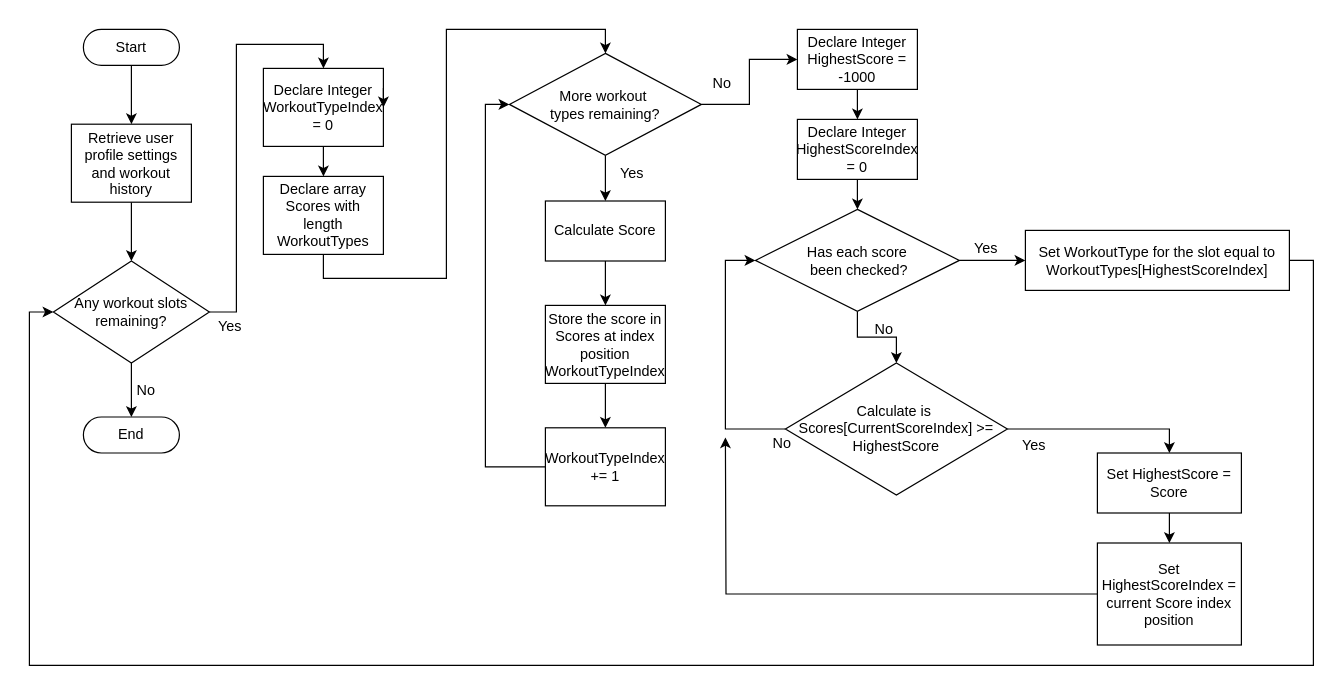
Before: WorkoutTypeMuscleSelectionFlowchart.drawio in chris-swchs/Chris_NEA_FitnessTracker, a draw.io diagram. Source tidied: cells renumbered, new cells numbered last; positions are measured from the earlier drawing's top-left corner, leaving out a move shared by most shapes. Both pictures are drawn from the tidied source at 120%, with x=0, y=0 at pixel (29, 29).
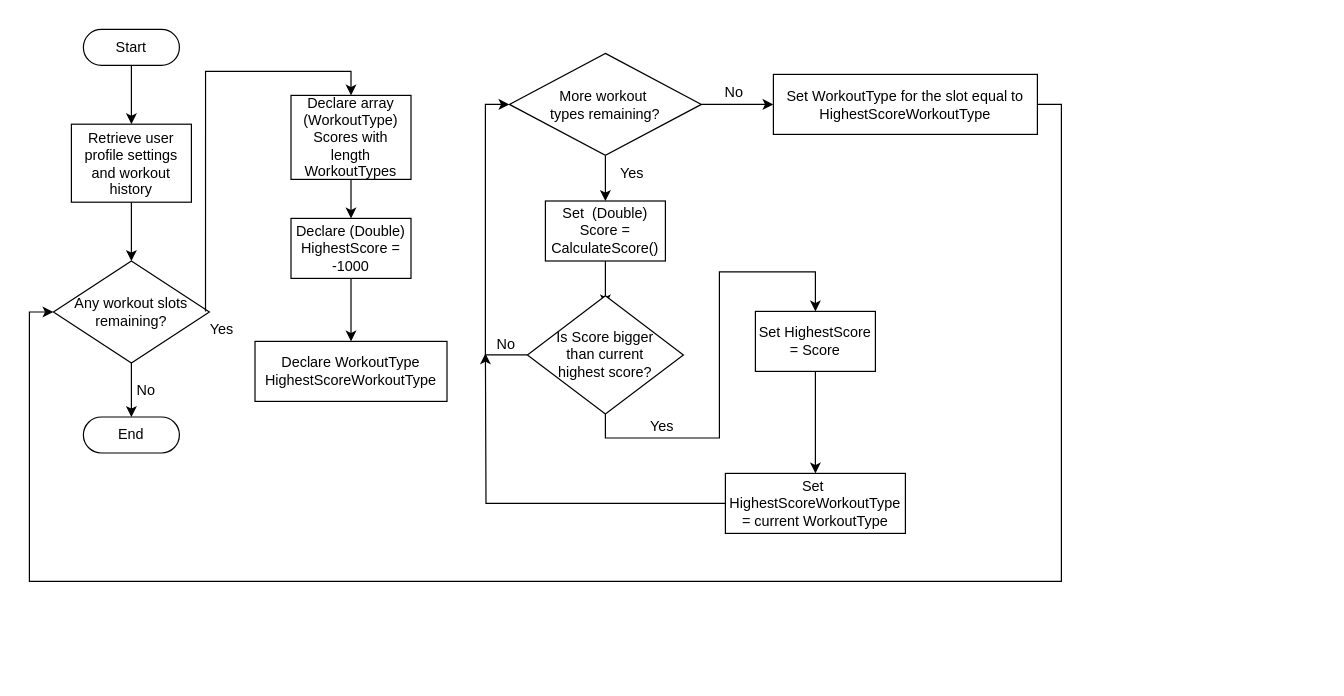
Above is the later version.

Unchanged cells that the change refers to:
```xml
<mxCell id="10" value="More&lt;span style=&quot;background-color: transparent; color: light-dark(rgb(0, 0, 0), rgb(255, 255, 255));&quot;&gt;&amp;nbsp;workout&amp;nbsp;&lt;/span&gt;&lt;div&gt;&lt;div&gt;types remaining?&lt;/div&gt;&lt;/div&gt;" style="shape=rhombus;html=1;dashed=0;whiteSpace=wrap;perimeter=rhombusPerimeter;" parent="1" vertex="1">
  <mxGeometry x="400" y="20" width="160" height="85" as="geometry" />
</mxCell>
<mxCell id="15" value="Any workout slots remaining?" style="shape=rhombus;html=1;dashed=0;whiteSpace=wrap;perimeter=rhombusPerimeter;" parent="1" vertex="1">
  <mxGeometry x="20" y="193" width="130" height="85" as="geometry" />
</mxCell>
```

Diff of the diagram source:
```diff
@@
-    <mxCell id="6" style="edgeStyle=orthogonalEdgeStyle;rounded=0;jettySize=auto;html=1;exitX=0.5;exitY=1;exitDx=0;exitDy=0;entryX=0.5;entryY=0;entryDx=0;entryDy=0;" parent="1" edge="1" source="7" target="10">
-      <mxGeometry relative="1" as="geometry" />
-    </mxCell>
+    <mxCell id="48" style="edgeStyle=orthogonalEdgeStyle;rounded=0;jettySize=auto;html=1;entryX=0.5;entryY=0;entryDx=0;entryDy=0;defaultLabelBackgroundColor=page;" parent="1" edge="1" source="7" target="52">
+      <mxGeometry relative="1" as="geometry" />
+    </mxCell>
-    <mxCell id="7" value="Declare array Scores with length WorkoutTypes" style="html=1;dashed=0;whiteSpace=wrap;" parent="1" vertex="1">
-      <mxGeometry x="195" y="122.5" width="100" height="65" as="geometry" />
+    <mxCell id="7" value="Declare array (WorkoutType) Scores with length WorkoutTypes" style="html=1;dashed=0;whiteSpace=wrap;" parent="1" vertex="1">
+      <mxGeometry x="218" y="55" width="100" height="70" as="geometry" />
     </mxCell>
@@
-    <mxCell id="9" style="edgeStyle=orthogonalEdgeStyle;rounded=0;jettySize=auto;html=1;exitX=1;exitY=0.5;exitDx=0;exitDy=0;entryX=0;entryY=0.5;entryDx=0;entryDy=0;" parent="1" edge="1" source="10" target="25">
-      <mxGeometry relative="1" as="geometry" />
-    </mxCell>
+    <mxCell id="49" style="edgeStyle=orthogonalEdgeStyle;rounded=0;jettySize=auto;html=1;entryX=0;entryY=0.5;entryDx=0;entryDy=0;defaultLabelBackgroundColor=page;" parent="1" edge="1" source="10" target="36">
+      <mxGeometry relative="1" as="geometry" />
+    </mxCell>
@@
-    <mxCell id="11" style="edgeStyle=orthogonalEdgeStyle;rounded=0;jettySize=auto;html=1;" parent="1" edge="1" source="12" target="23">
-      <mxGeometry relative="1" as="geometry" />
+    <mxCell id="11" style="edgeStyle=orthogonalEdgeStyle;rounded=0;jettySize=auto;html=1;" parent="1" edge="1" source="12">
+      <mxGeometry relative="1" as="geometry">
+        <mxPoint x="480" y="230" as="targetPoint" />
+      </mxGeometry>
     </mxCell>
-    <mxCell id="12" value="Calculate Score" style="html=1;dashed=0;whiteSpace=wrap;" parent="1" vertex="1">
+    <mxCell id="12" value="Set&amp;nbsp; (Double) Score = CalculateScore()" style="html=1;dashed=0;whiteSpace=wrap;" parent="1" vertex="1">
       <mxGeometry x="430" y="143" width="100" height="50" as="geometry" />
     </mxCell>
-    <mxCell id="13" style="edgeStyle=orthogonalEdgeStyle;rounded=0;jettySize=auto;html=1;exitX=1;exitY=0.5;exitDx=0;exitDy=0;entryX=0.5;entryY=0;entryDx=0;entryDy=0;" parent="1" edge="1" source="15" target="17">
-      <mxGeometry relative="1" as="geometry" />
-    </mxCell>
@@
-    <mxCell id="16" style="edgeStyle=orthogonalEdgeStyle;rounded=0;jettySize=auto;html=1;entryX=0.5;entryY=0;entryDx=0;entryDy=0;" parent="1" edge="1" source="17" target="7">
-      <mxGeometry relative="1" as="geometry" />
-    </mxCell>
-    <mxCell id="17" value="Declare Integer WorkoutTypeIndex = 0" style="html=1;dashed=0;whiteSpace=wrap;" parent="1" vertex="1">
-      <mxGeometry x="195" y="32.5" width="100" height="65" as="geometry" />
-    </mxCell>
-    <mxCell id="18" style="edgeStyle=orthogonalEdgeStyle;rounded=0;orthogonalLoop=1;jettySize=auto;html=1;innerLoopWaypoints=1;exitX=1;exitY=0.25;exitDx=0;exitDy=0;entryX=1;entryY=0.5;entryDx=0;entryDy=0;" parent="1" edge="1" source="17" target="17">
-      <mxGeometry relative="1" as="geometry" />
-    </mxCell>
-    <mxCell id="19" style="edgeStyle=orthogonalEdgeStyle;rounded=0;jettySize=auto;html=1;exitX=0.5;exitY=1;exitDx=0;exitDy=0;" parent="1" edge="1" source="21" target="30">
-      <mxGeometry relative="1" as="geometry" />
-    </mxCell>
-    <mxCell id="20" style="edgeStyle=orthogonalEdgeStyle;rounded=0;jettySize=auto;html=1;entryX=0;entryY=0.5;entryDx=0;entryDy=0;" parent="1" edge="1" source="21">
-      <mxGeometry relative="1" as="geometry">
-        <mxPoint x="830" y="192.5" as="targetPoint" />
-      </mxGeometry>
-    </mxCell>
-    <mxCell id="21" value="Has each score&lt;div&gt;&amp;nbsp;been checked?&lt;/div&gt;" style="shape=rhombus;html=1;dashed=0;whiteSpace=wrap;perimeter=rhombusPerimeter;" parent="1" vertex="1">
-      <mxGeometry x="605" y="150" width="170" height="85" as="geometry" />
-    </mxCell>
-    <mxCell id="22" style="edgeStyle=orthogonalEdgeStyle;rounded=0;jettySize=auto;html=1;entryX=0.5;entryY=0;entryDx=0;entryDy=0;" parent="1" edge="1" source="23" target="47">
-      <mxGeometry relative="1" as="geometry" />
-    </mxCell>
-    <mxCell id="23" value="Store the score in Scores at index position WorkoutTypeIndex" style="html=1;dashed=0;whiteSpace=wrap;" parent="1" vertex="1">
-      <mxGeometry x="430" y="230" width="100" height="65" as="geometry" />
-    </mxCell>
-    <mxCell id="24" style="edgeStyle=orthogonalEdgeStyle;rounded=0;jettySize=auto;html=1;" parent="1" edge="1" source="25" target="27">
-      <mxGeometry relative="1" as="geometry" />
-    </mxCell>
-    <mxCell id="25" value="Declare Integer HighestScore = -1000" style="html=1;dashed=0;whiteSpace=wrap;" parent="1" vertex="1">
-      <mxGeometry x="640" width="100" height="50" as="geometry" />
-    </mxCell>
-    <mxCell id="26" style="edgeStyle=orthogonalEdgeStyle;rounded=0;jettySize=auto;html=1;exitX=0.5;exitY=1;exitDx=0;exitDy=0;entryX=0.5;entryY=0;entryDx=0;entryDy=0;" parent="1" edge="1" source="27" target="21">
-      <mxGeometry relative="1" as="geometry" />
-    </mxCell>
-    <mxCell id="27" value="Declare Integer HighestScoreIndex = 0" style="html=1;dashed=0;whiteSpace=wrap;" parent="1" vertex="1">
-      <mxGeometry x="640" y="75" width="100" height="50" as="geometry" />
-    </mxCell>
-    <mxCell id="28" style="edgeStyle=orthogonalEdgeStyle;rounded=0;jettySize=auto;html=1;exitX=0;exitY=0.5;exitDx=0;exitDy=0;entryX=0;entryY=0.5;entryDx=0;entryDy=0;" parent="1" edge="1" source="30" target="21">
-      <mxGeometry relative="1" as="geometry">
-        <Array as="points">
-          <mxPoint x="580" y="332.5" />
-          <mxPoint x="580" y="192.5" />
-        </Array>
-      </mxGeometry>
-    </mxCell>
-    <mxCell id="29" style="edgeStyle=orthogonalEdgeStyle;rounded=0;jettySize=auto;html=1;exitX=1;exitY=0.5;exitDx=0;exitDy=0;entryX=0.5;entryY=0;entryDx=0;entryDy=0;" parent="1" edge="1" source="30" target="32">
-      <mxGeometry relative="1" as="geometry" />
-    </mxCell>
-    <mxCell id="30" value="Calculate is&amp;nbsp;&lt;div&gt;Scores[CurrentScoreIndex] &amp;gt;= HighestScore&lt;/div&gt;" style="shape=rhombus;html=1;dashed=0;whiteSpace=wrap;perimeter=rhombusPerimeter;" parent="1" vertex="1">
-      <mxGeometry x="630" y="278" width="185" height="110" as="geometry" />
-    </mxCell>
-    <mxCell id="31" style="edgeStyle=orthogonalEdgeStyle;rounded=0;jettySize=auto;html=1;" parent="1" edge="1" source="32" target="34">
-      <mxGeometry relative="1" as="geometry" />
-    </mxCell>
-    <mxCell id="32" value="Set HighestScore = Score" style="rounded=0;whiteSpace=wrap;html=1;" parent="1" vertex="1">
-      <mxGeometry x="890" y="353" width="120" height="50" as="geometry" />
-    </mxCell>
-    <mxCell id="33" style="edgeStyle=orthogonalEdgeStyle;rounded=0;jettySize=auto;html=1;exitX=0;exitY=0.5;exitDx=0;exitDy=0;" parent="1" edge="1" source="34">
-      <mxGeometry relative="1" as="geometry">
-        <mxPoint x="580" y="340" as="targetPoint" />
-      </mxGeometry>
-    </mxCell>
-    <mxCell id="34" value="Set HighestScoreIndex = current Score index position" style="rounded=0;whiteSpace=wrap;html=1;" parent="1" vertex="1">
-      <mxGeometry x="890" y="428" width="120" height="85" as="geometry" />
-    </mxCell>
-    <mxCell id="35" style="edgeStyle=orthogonalEdgeStyle;rounded=0;jettySize=auto;html=1;exitX=1;exitY=0.5;exitDx=0;exitDy=0;entryX=0;entryY=0.5;entryDx=0;entryDy=0;" parent="1" edge="1" source="36" target="15">
-      <mxGeometry x="0.07" relative="1" as="geometry">
+    <mxCell id="35" style="edgeStyle=orthogonalEdgeStyle;rounded=0;jettySize=auto;html=1;exitX=1;exitY=0.5;exitDx=0;exitDy=0;entryX=0;entryY=0.5;entryDx=0;entryDy=0;defaultLabelBackgroundColor=page;" parent="1" edge="1" source="36" target="15">
+      <mxGeometry relative="1" as="geometry">
         <Array as="points">
-          <mxPoint x="1070" y="192.5" />
-          <mxPoint x="1070" y="530" />
-          <mxPoint y="530" />
+          <mxPoint x="860" y="62.5" />
+          <mxPoint x="860" y="460" />
+          <mxPoint y="460" />
           <mxPoint y="235.5" />
         </Array>
       </mxGeometry>
     </mxCell>
-    <mxCell id="36" value="Set WorkoutType for the slot equal to WorkoutTypes[HighestScoreIndex]" style="html=1;dashed=0;whiteSpace=wrap;" parent="1" vertex="1">
-      <mxGeometry x="830" y="167.5" width="220" height="50" as="geometry" />
+    <mxCell id="36" value="Set WorkoutType for the slot equal to HighestScoreWorkoutType" style="html=1;dashed=0;whiteSpace=wrap;" parent="1" vertex="1">
+      <mxGeometry x="620" y="37.5" width="220" height="50" as="geometry" />
     </mxCell>
@@
+    <mxCell id="50" style="edgeStyle=orthogonalEdgeStyle;rounded=0;jettySize=auto;html=1;exitX=0.25;exitY=0;exitDx=0;exitDy=0;entryX=0.5;entryY=0;entryDx=0;entryDy=0;defaultLabelBackgroundColor=page;" parent="1" edge="1" source="39" target="7">
+      <mxGeometry relative="1" as="geometry" />
+    </mxCell>
     <mxCell id="39" value="Yes" style="text;html=1;whiteSpace=wrap;strokeColor=none;fillColor=none;align=center;verticalAlign=middle;rounded=0;" parent="1" vertex="1">
-      <mxGeometry x="140" y="233" width="55" height="30" as="geometry" />
+      <mxGeometry x="133" y="235" width="55" height="30" as="geometry" />
     </mxCell>
@@
     <mxCell id="41" value="No" style="text;html=1;whiteSpace=wrap;strokeColor=none;fillColor=none;align=center;verticalAlign=middle;rounded=0;" parent="1" vertex="1">
-      <mxGeometry x="550" y="30" width="55" height="30" as="geometry" />
+      <mxGeometry x="560" y="37.5" width="55" height="30" as="geometry" />
     </mxCell>
-    <mxCell id="42" value="Yes" style="text;html=1;whiteSpace=wrap;strokeColor=none;fillColor=none;align=center;verticalAlign=middle;rounded=0;" parent="1" vertex="1">
-      <mxGeometry x="770" y="167.5" width="55" height="30" as="geometry" />
-    </mxCell>
-    <mxCell id="43" value="No" style="text;html=1;whiteSpace=wrap;strokeColor=none;fillColor=none;align=center;verticalAlign=middle;rounded=0;" parent="1" vertex="1">
-      <mxGeometry x="685" y="235" width="55" height="30" as="geometry" />
-    </mxCell>
-    <mxCell id="44" value="Yes" style="text;html=1;whiteSpace=wrap;strokeColor=none;fillColor=none;align=center;verticalAlign=middle;rounded=0;" parent="1" vertex="1">
-      <mxGeometry x="810" y="332" width="55" height="30" as="geometry" />
-    </mxCell>
-    <mxCell id="45" value="No" style="text;html=1;whiteSpace=wrap;strokeColor=none;fillColor=none;align=center;verticalAlign=middle;rounded=0;" parent="1" vertex="1">
-      <mxGeometry x="600" y="330" width="55" height="30" as="geometry" />
-    </mxCell>
-    <mxCell id="46" style="edgeStyle=orthogonalEdgeStyle;rounded=0;jettySize=auto;html=1;exitX=0;exitY=0.5;exitDx=0;exitDy=0;entryX=0;entryY=0.5;entryDx=0;entryDy=0;" parent="1" edge="1" source="47" target="10">
-      <mxGeometry relative="1" as="geometry" />
-    </mxCell>
-    <mxCell id="47" value="WorkoutTypeIndex&lt;div&gt;+= 1&lt;/div&gt;" style="html=1;dashed=0;whiteSpace=wrap;" parent="1" vertex="1">
-      <mxGeometry x="430" y="332" width="100" height="65" as="geometry" />
-    </mxCell>
+    <mxCell id="51" style="edgeStyle=orthogonalEdgeStyle;rounded=0;jettySize=auto;html=1;entryX=0.5;entryY=0;entryDx=0;entryDy=0;defaultLabelBackgroundColor=page;" parent="1" edge="1" source="52" target="56">
+      <mxGeometry relative="1" as="geometry" />
+    </mxCell>
+    <mxCell id="52" value="Declare (Double) HighestScore = -1000" style="html=1;dashed=0;whiteSpace=wrap;" parent="1" vertex="1">
+      <mxGeometry x="218" y="157.5" width="100" height="50" as="geometry" />
+    </mxCell>
+    <mxCell id="53" style="edgeStyle=orthogonalEdgeStyle;rounded=0;jettySize=auto;html=1;exitX=0;exitY=0.5;exitDx=0;exitDy=0;entryX=0;entryY=0.5;entryDx=0;entryDy=0;defaultLabelBackgroundColor=page;" parent="1" edge="1" source="55" target="10">
+      <mxGeometry relative="1" as="geometry" />
+    </mxCell>
+    <mxCell id="54" style="edgeStyle=orthogonalEdgeStyle;rounded=0;jettySize=auto;html=1;exitX=0.5;exitY=1;exitDx=0;exitDy=0;entryX=0.5;entryY=0;entryDx=0;entryDy=0;defaultLabelBackgroundColor=page;" parent="1" edge="1" source="55" target="32">
+      <mxGeometry relative="1" as="geometry" />
+    </mxCell>
+    <mxCell id="55" value="Is Score bigger&lt;div&gt;&amp;nbsp;than current&amp;nbsp;&lt;/div&gt;&lt;div&gt;&lt;span style=&quot;background-color: transparent; color: light-dark(#000000, var(--ge-light-color, #ffffff));&quot;&gt;highest score?&lt;/span&gt;&lt;/div&gt;" style="shape=rhombus;html=1;dashed=0;whiteSpace=wrap;perimeter=rhombusPerimeter;" parent="1" vertex="1">
+      <mxGeometry x="415" y="222" width="130" height="98.5" as="geometry" />
+    </mxCell>
+    <mxCell id="56" value="Declare WorkoutType HighestScoreWorkoutType" style="html=1;dashed=0;whiteSpace=wrap;" parent="1" vertex="1">
+      <mxGeometry x="188" y="260" width="160" height="50" as="geometry" />
+    </mxCell>
+    <mxCell id="57" style="edgeStyle=orthogonalEdgeStyle;rounded=0;jettySize=auto;html=1;exitX=0.5;exitY=1;exitDx=0;exitDy=0;entryX=0.5;entryY=0;entryDx=0;entryDy=0;defaultLabelBackgroundColor=page;" parent="1" edge="1" source="32" target="59">
+      <mxGeometry relative="1" as="geometry" />
+    </mxCell>
+    <mxCell id="32" value="Set HighestScore = Score" style="html=1;dashed=0;whiteSpace=wrap;" parent="1" vertex="1">
+      <mxGeometry x="605" y="235" width="100" height="50" as="geometry" />
+    </mxCell>
+    <mxCell id="58" style="edgeStyle=orthogonalEdgeStyle;rounded=0;jettySize=auto;html=1;defaultLabelBackgroundColor=page;" parent="1" edge="1" source="59">
+      <mxGeometry relative="1" as="geometry">
+        <mxPoint x="380" y="270" as="targetPoint" />
+      </mxGeometry>
+    </mxCell>
+    <mxCell id="59" value="Set&amp;nbsp;&lt;div&gt;HighestScoreWorkoutType&lt;/div&gt;&lt;div&gt;= current WorkoutType&lt;/div&gt;" style="html=1;dashed=0;whiteSpace=wrap;" parent="1" vertex="1">
+      <mxGeometry x="580" y="370" width="150" height="50" as="geometry" />
+    </mxCell>
+    <mxCell id="60" value="No" style="text;html=1;whiteSpace=wrap;strokeColor=none;fillColor=none;align=center;verticalAlign=middle;rounded=0;" parent="1" vertex="1">
+      <mxGeometry x="370" y="248" width="55" height="30" as="geometry" />
+    </mxCell>
+    <mxCell id="61" value="Yes" style="text;html=1;whiteSpace=wrap;strokeColor=none;fillColor=none;align=center;verticalAlign=middle;rounded=0;" parent="1" vertex="1">
+      <mxGeometry x="500" y="316" width="55" height="30" as="geometry" />
+    </mxCell>
```
